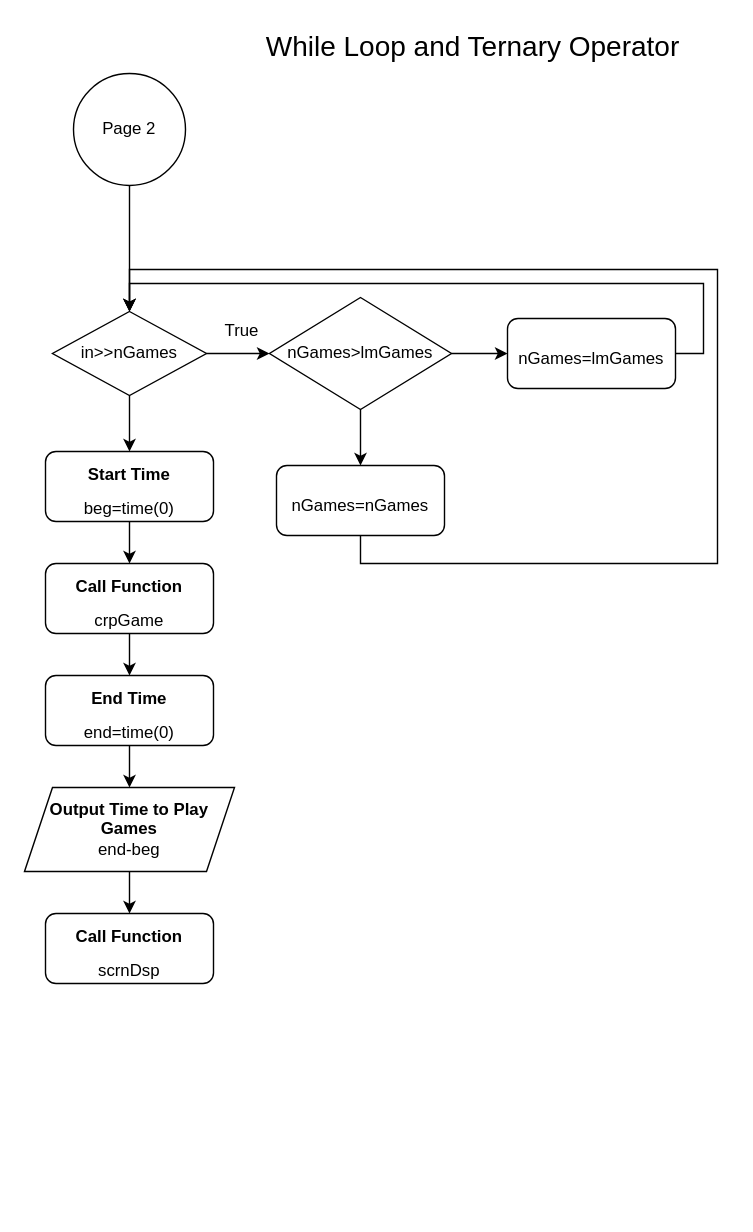
ce2791334/EnglandCody_CSC17A_49287 keeps this draw.io diagram as page "Page-2" (2 of 6) of Lab/Untitled Diagram.drawio. Above is the earlier version. Source tidied: cells renumbered, new cells numbered last; positions are measured from the earlier drawing's top-left corner, leaving out a move shared by most shapes. Both pictures are drawn from the tidied source at 140%, with x=0, y=0 at pixel (24, 24).
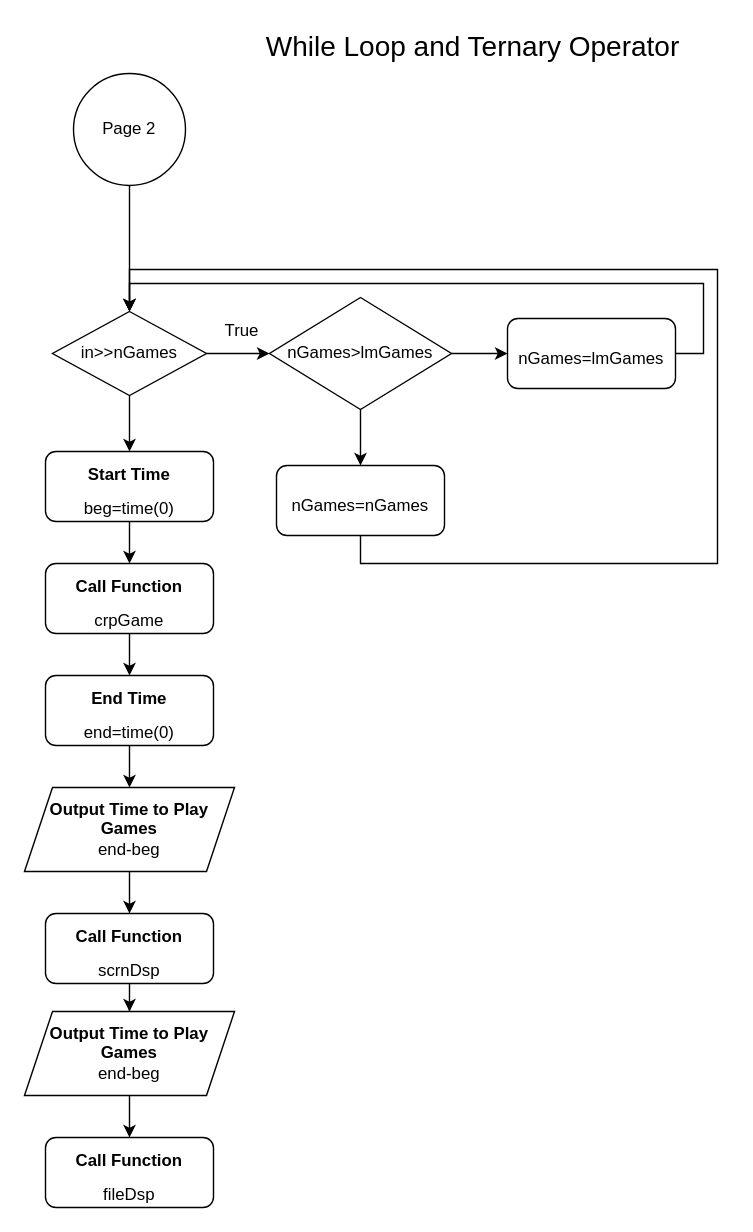
The same page after the edit.

Commit message (it also covers changes not shown here):
fileDsp Function Done

Unchanged cells that the change refers to:
```xml
<mxCell id="27" value="&lt;font style=&quot;font-size: 12px&quot;&gt;&lt;b&gt;Call Function&lt;/b&gt;&lt;br&gt;scrnDsp&lt;br&gt;&lt;/font&gt;" style="rounded=1;whiteSpace=wrap;html=1;strokeWidth=1;fontSize=20;align=center;" parent="1" vertex="1">
  <mxGeometry x="15" y="635" width="120" height="50" as="geometry" />
</mxCell>
```

Diff of the diagram source:
```diff
@@
+    <mxCell id="28" style="edgeStyle=orthogonalEdgeStyle;rounded=0;jettySize=auto;html=1;exitX=0.5;exitY=1;exitDx=0;exitDy=0;fontSize=12;" parent="1" edge="1" source="27" target="30">
+      <mxGeometry relative="1" as="geometry" />
+    </mxCell>
@@
+    <mxCell id="29" style="edgeStyle=orthogonalEdgeStyle;rounded=0;jettySize=auto;html=1;exitX=0.5;exitY=1;exitDx=0;exitDy=0;fontSize=12;" parent="1" edge="1" source="30" target="32">
+      <mxGeometry relative="1" as="geometry" />
+    </mxCell>
+    <mxCell id="30" value="&lt;b&gt;Output Time to Play Games&lt;/b&gt;&lt;br&gt;end-beg" style="shape=parallelogram;perimeter=parallelogramPerimeter;whiteSpace=wrap;html=1;fixedSize=1;strokeWidth=1;fontSize=12;align=center;" parent="1" vertex="1">
+      <mxGeometry y="705" width="150" height="60" as="geometry" />
+    </mxCell>
+    <mxCell id="31" style="edgeStyle=orthogonalEdgeStyle;rounded=0;orthogonalLoop=1;jettySize=auto;html=1;exitX=0.5;exitY=1;exitDx=0;exitDy=0;fontSize=12;" parent="1" edge="1" source="27" target="27">
+      <mxGeometry relative="1" as="geometry" />
+    </mxCell>
+    <mxCell id="32" value="&lt;font style=&quot;font-size: 12px&quot;&gt;&lt;b&gt;Call Function&lt;/b&gt;&lt;br&gt;fileDsp&lt;br&gt;&lt;/font&gt;" style="rounded=1;whiteSpace=wrap;html=1;strokeWidth=1;fontSize=20;align=center;" parent="1" vertex="1">
+      <mxGeometry x="15" y="795" width="120" height="50" as="geometry" />
+    </mxCell>
```
